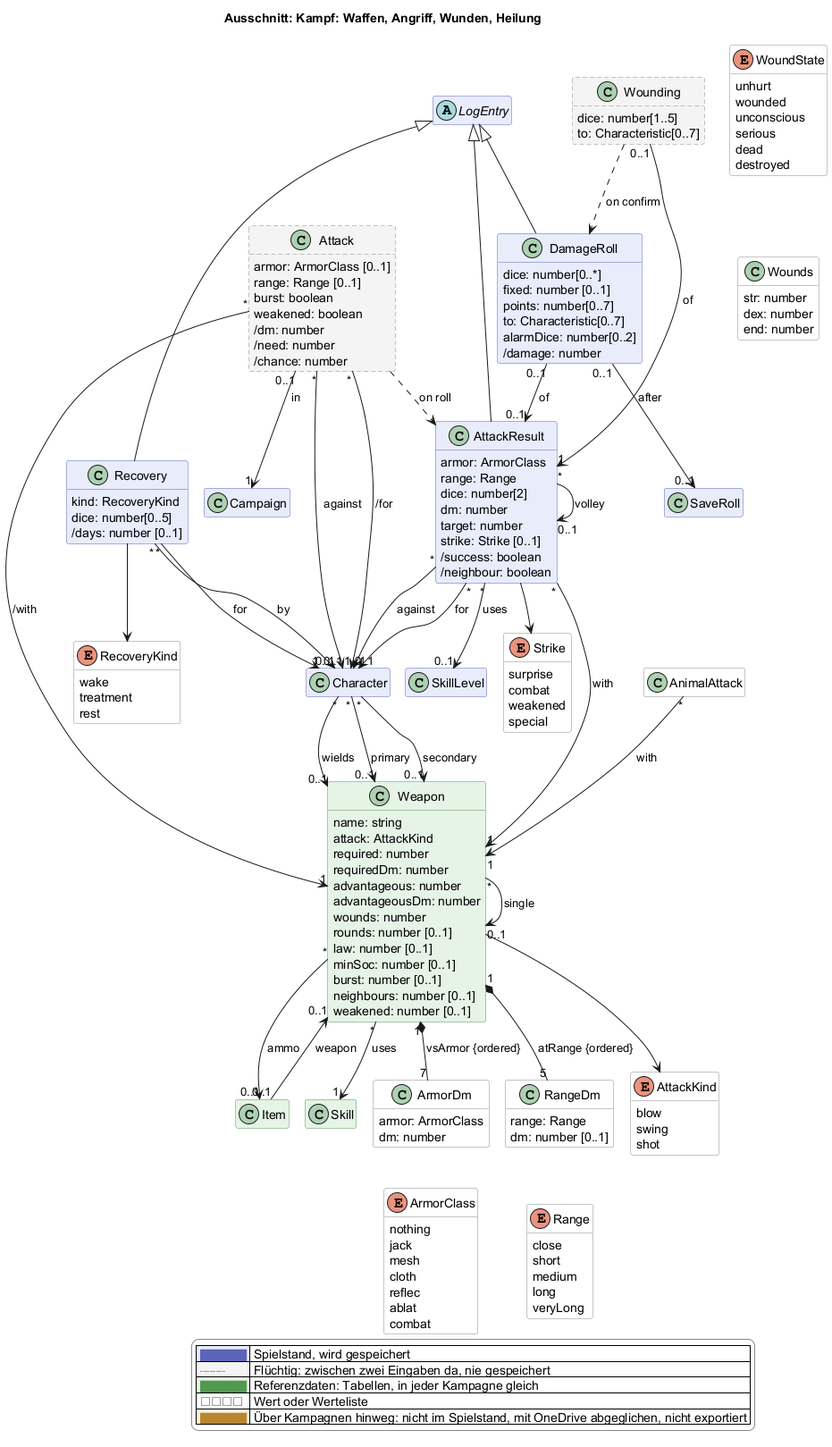
Before: docs/views/kampf.png, a diagram exported from PlantUML (scuzzar/SRE).
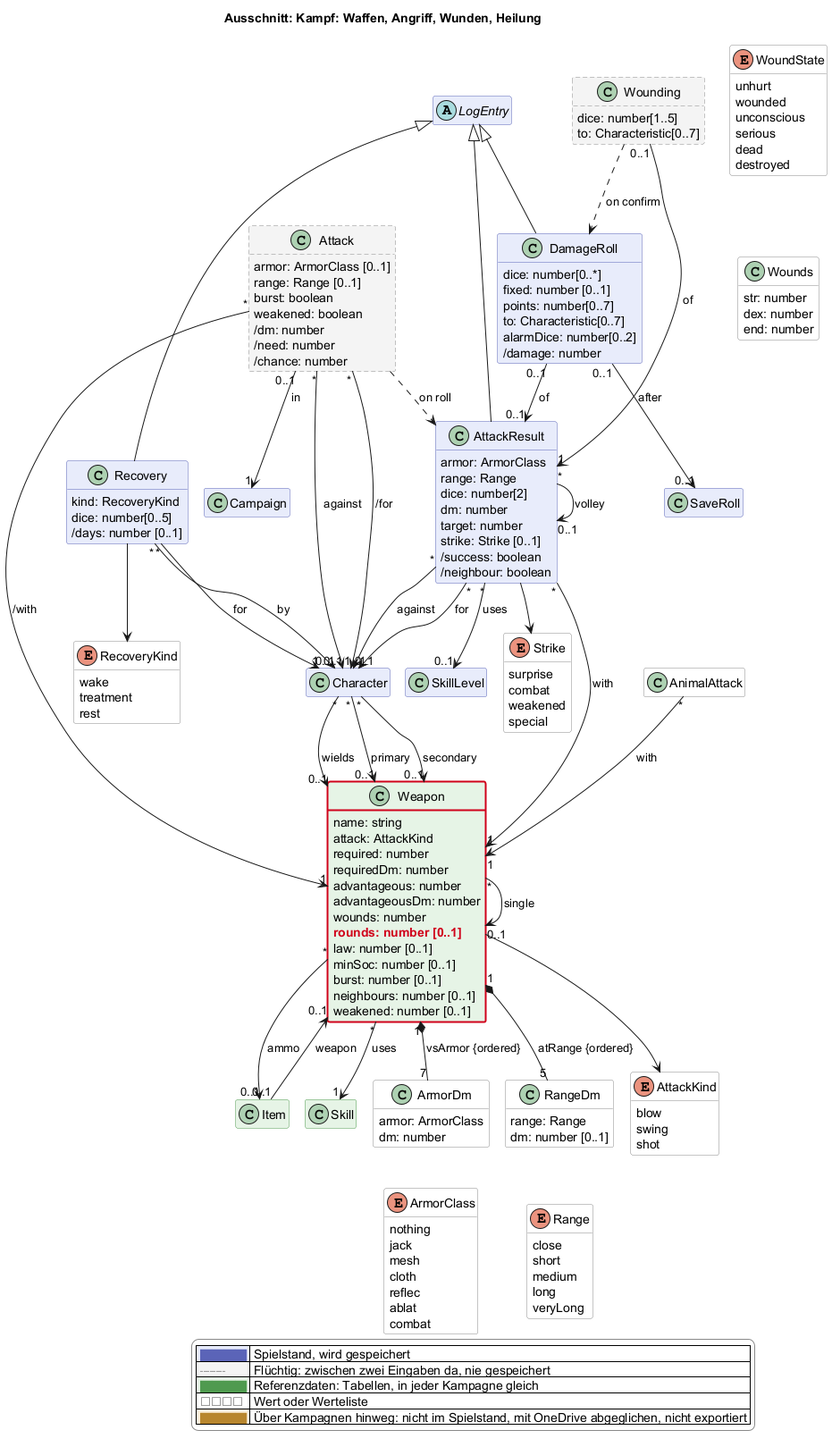
Above is the later version.

What changed in the source:
```diff
@@ -154,7 +154,7 @@
     advantageous: number
     advantageousDm: number
     wounds: number
-    rounds: number [0..1]
+    $new("2026-11-24c", "rounds: number [0..1]")
     law: number [0..1]
     minSoc: number [0..1]
     burst: number [0..1]
@@ -248,4 +248,5 @@
   |<#ffffff> <color:#8a8a8a>□□□□</color> | Wert oder Werteliste |
   |<#fdf1dc> <color:#b8862e>████</color> | Über Kampagnen hinweg: nicht im Spielstand, mit OneDrive abgeglichen, nicht exportiert |
 endlegend
+class Weapon #line:d0021b;line.bold
 @enduml
```
